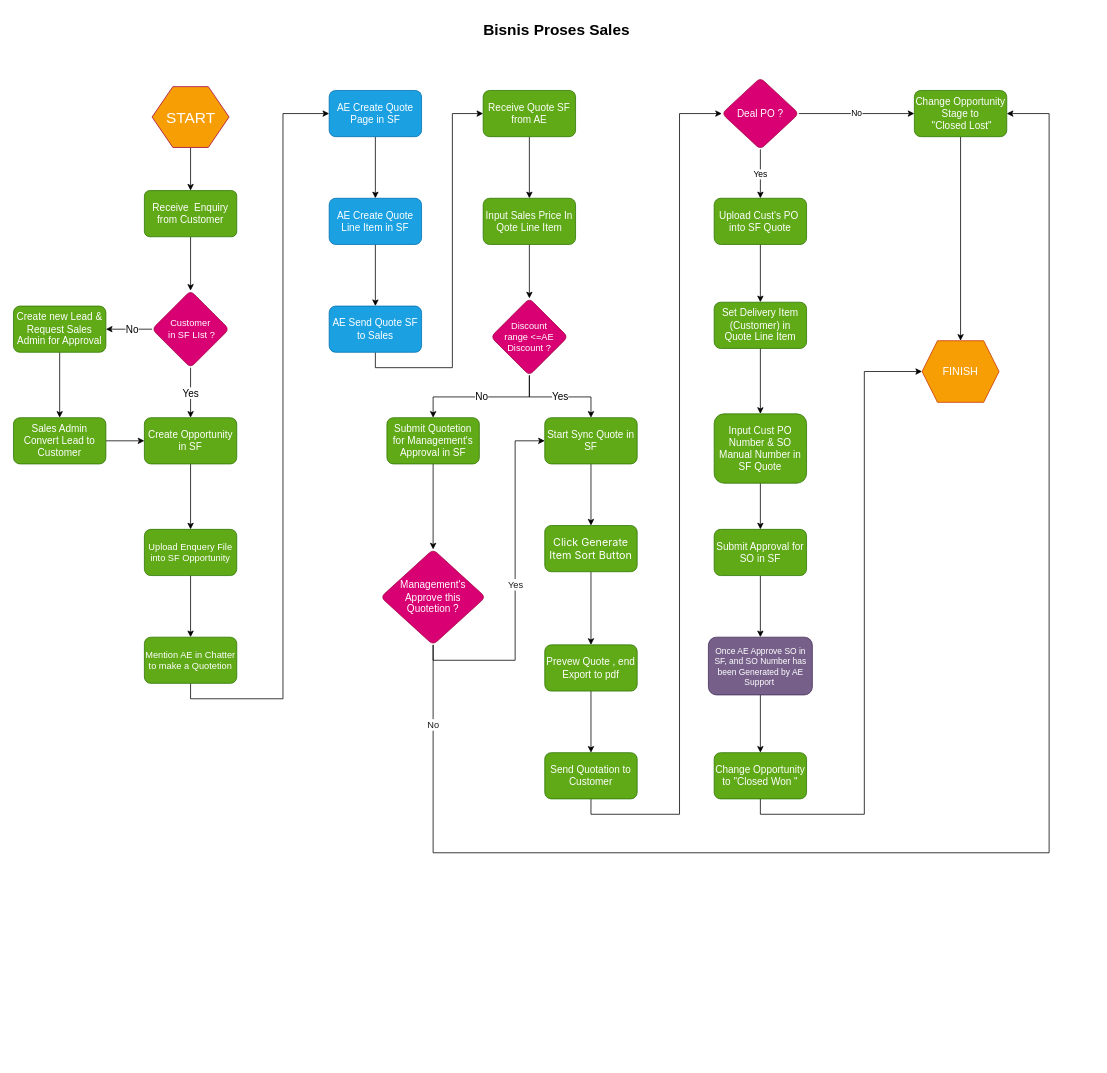
ngulik-bareng/SalesForce-Diagram keeps this draw.io diagram as diagram-flow-salesforce.drawio. Above is the earlier version. Source tidied: cells renumbered, new cells numbered last; positions are measured from the earlier drawing's top-left corner, leaving out a move shared by most shapes. Both pictures are drawn from the tidied source at 77%, with x=0, y=0 at pixel (13, 13).
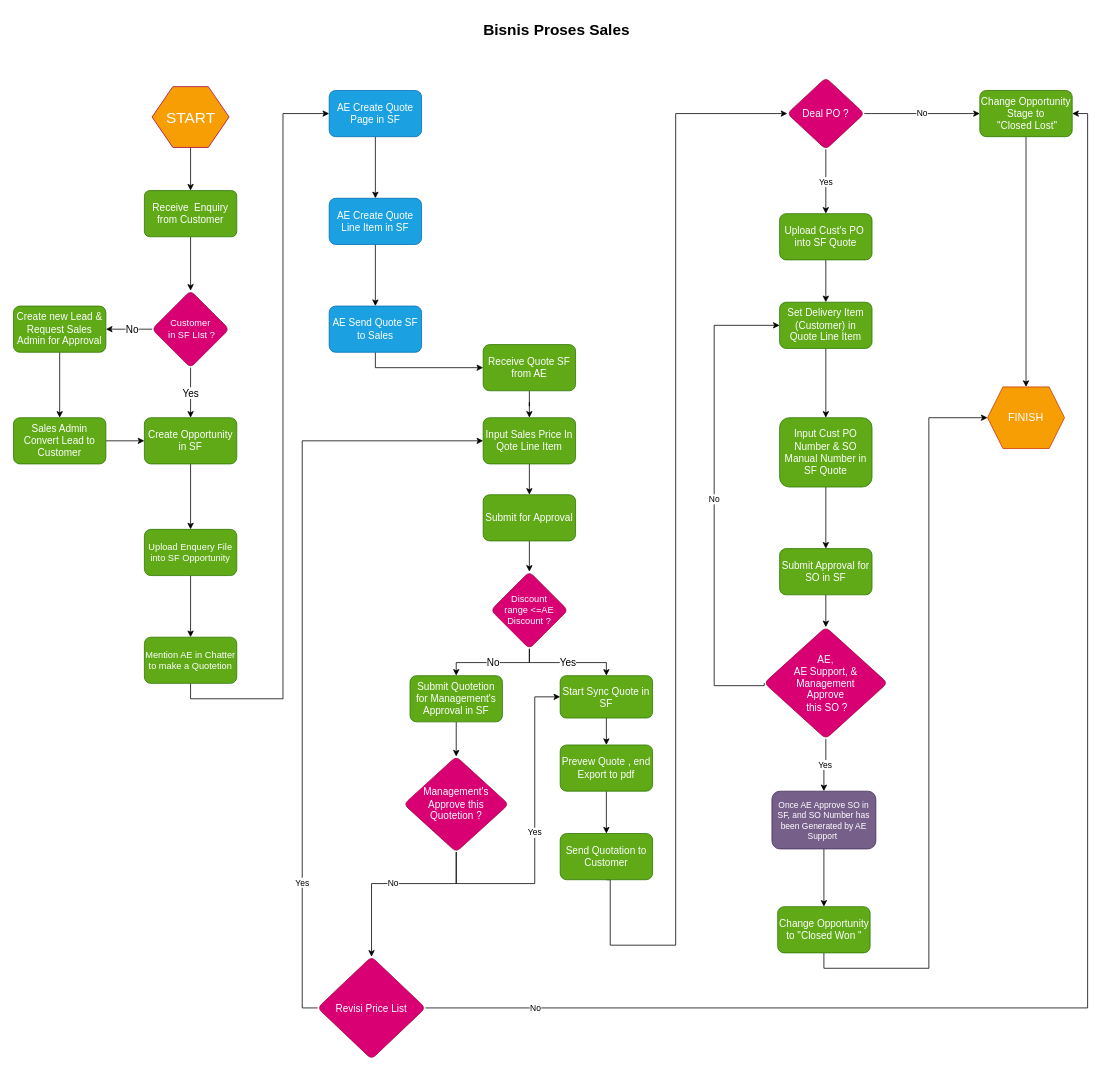
The same diagram, later.

Change to the diagram source:
```diff
@@
     <mxCell id="26" value="Receive Quote SF from AE" style="whiteSpace=wrap;html=1;fontSize=13;rounded=1;arcSize=14;strokeWidth=1;fillColor=#60a917;fontColor=#ffffff;strokeColor=#2D7600;" parent="1" vertex="1">
-      <mxGeometry x="610" y="100" width="120" height="60" as="geometry" />
+      <mxGeometry x="610" y="430" width="120" height="60" as="geometry" />
     </mxCell>
-    <mxCell id="27" style="edgeStyle=orthogonalEdgeStyle;rounded=0;jettySize=auto;html=1;fontSize=13;" parent="1" edge="1" source="28" target="31">
-      <mxGeometry relative="1" as="geometry" />
-    </mxCell>
+    <mxCell id="64" style="edgeStyle=orthogonalEdgeStyle;rounded=0;jettySize=auto;html=1;" parent="1" edge="1" source="28" target="69">
+      <mxGeometry relative="1" as="geometry" />
+    </mxCell>
     <mxCell id="28" value="Input Sales Price In Qote Line Item" style="whiteSpace=wrap;html=1;fontSize=13;rounded=1;arcSize=14;strokeWidth=1;fillColor=#60a917;fontColor=#ffffff;strokeColor=#2D7600;" parent="1" vertex="1">
-      <mxGeometry x="610" y="240" width="120" height="60" as="geometry" />
+      <mxGeometry x="610" y="525" width="120" height="60" as="geometry" />
     </mxCell>
@@
-    <mxCell id="31" value="Discount&lt;br&gt;range &amp;lt;=AE Discount ?" style="rhombus;whiteSpace=wrap;html=1;fontSize=12;rounded=1;arcSize=14;strokeWidth=1;fillColor=#d80073;fontColor=#ffffff;strokeColor=#A50040;" parent="1" vertex="1">
-      <mxGeometry x="620" y="370" width="100" height="100" as="geometry" />
-    </mxCell>
@@
     <mxCell id="33" value="Submit Quotetion for Management's Approval in SF" style="whiteSpace=wrap;html=1;fontSize=13;rounded=1;arcSize=14;strokeWidth=1;fillColor=#60a917;fontColor=#ffffff;strokeColor=#2D7600;" parent="1" vertex="1">
-      <mxGeometry x="485" y="525" width="120" height="60" as="geometry" />
+      <mxGeometry x="515" y="860" width="120" height="60" as="geometry" />
     </mxCell>
-    <mxCell id="34" style="edgeStyle=orthogonalEdgeStyle;rounded=0;jettySize=auto;html=1;" parent="1" edge="1" source="35" target="37">
-      <mxGeometry relative="1" as="geometry" />
-    </mxCell>
+    <mxCell id="65" style="edgeStyle=none;rounded=0;jettySize=auto;html=1;exitX=0.5;exitY=1;exitDx=0;exitDy=0;entryX=0.5;entryY=0;entryDx=0;entryDy=0;" parent="1" edge="1" source="35" target="55">
+      <mxGeometry relative="1" as="geometry" />
+    </mxCell>
     <mxCell id="35" value="Start Sync Quote in SF" style="whiteSpace=wrap;html=1;fontSize=13;rounded=1;arcSize=14;strokeWidth=1;fillColor=#60a917;fontColor=#ffffff;strokeColor=#2D7600;" parent="1" vertex="1">
-      <mxGeometry x="690" y="525" width="120" height="60" as="geometry" />
+      <mxGeometry x="710" y="860" width="120" height="55" as="geometry" />
     </mxCell>
-    <mxCell id="36" style="edgeStyle=orthogonalEdgeStyle;rounded=0;jettySize=auto;html=1;" parent="1" edge="1" source="37" target="55">
-      <mxGeometry relative="1" as="geometry" />
-    </mxCell>
-    <mxCell id="37" value="&lt;span style=&quot;font-family: -apple-system, BlinkMacSystemFont, &amp;quot;Segoe UI&amp;quot;, Roboto, Helvetica, Arial, sans-serif, &amp;quot;Apple Color Emoji&amp;quot;, &amp;quot;Segoe UI Emoji&amp;quot;, &amp;quot;Segoe UI Symbol&amp;quot;; font-size: 14px; text-align: start;&quot;&gt;Click Generate Item Sort Button&lt;/span&gt;" style="whiteSpace=wrap;html=1;fontSize=13;rounded=1;arcSize=14;strokeWidth=1;fillColor=#60a917;fontColor=#FFFFFF;strokeColor=#2D7600;" parent="1" vertex="1">
-      <mxGeometry x="690" y="665" width="120" height="60" as="geometry" />
-    </mxCell>
@@
     <mxCell id="40" value="Deal PO ?" style="rhombus;whiteSpace=wrap;html=1;fontSize=13;rounded=1;arcSize=14;strokeWidth=1;fillColor=#d80073;fontColor=#ffffff;strokeColor=#A50040;" parent="1" vertex="1">
-      <mxGeometry x="920" y="83.5" width="100" height="93" as="geometry" />
+      <mxGeometry x="1005" y="83.5" width="100" height="93" as="geometry" />
     </mxCell>
@@
     <mxCell id="42" value="Upload Cust's PO&amp;nbsp;&lt;br&gt;into SF Quote" style="whiteSpace=wrap;html=1;fontSize=13;rounded=1;arcSize=14;strokeWidth=1;fillColor=#60a917;fontColor=#ffffff;strokeColor=#2D7600;" parent="1" vertex="1">
-      <mxGeometry x="910" y="240" width="120" height="60" as="geometry" />
+      <mxGeometry x="995" y="260" width="120" height="60" as="geometry" />
     </mxCell>
@@
     <mxCell id="44" value="Input Cust PO Number &amp;amp; SO Manual Number in SF Quote" style="whiteSpace=wrap;html=1;fontSize=13;rounded=1;arcSize=14;strokeWidth=1;fillColor=#60a917;fontColor=#ffffff;strokeColor=#2D7600;" parent="1" vertex="1">
-      <mxGeometry x="910" y="520" width="120" height="90" as="geometry" />
+      <mxGeometry x="995" y="525" width="120" height="90" as="geometry" />
     </mxCell>
-    <mxCell id="45" style="edgeStyle=orthogonalEdgeStyle;rounded=0;jettySize=auto;html=1;elbow=vertical;" parent="1" edge="1" source="46" target="48">
-      <mxGeometry relative="1" as="geometry" />
-    </mxCell>
+    <mxCell id="66" style="edgeStyle=orthogonalEdgeStyle;rounded=0;jettySize=auto;html=1;exitX=0.5;exitY=1;exitDx=0;exitDy=0;" parent="1" edge="1" source="46" target="72">
+      <mxGeometry relative="1" as="geometry" />
+    </mxCell>
     <mxCell id="46" value="Submit Approval for SO in SF" style="whiteSpace=wrap;html=1;fontSize=13;rounded=1;arcSize=14;strokeWidth=1;fillColor=#60a917;fontColor=#ffffff;strokeColor=#2D7600;" parent="1" vertex="1">
-      <mxGeometry x="910" y="670" width="120" height="60" as="geometry" />
+      <mxGeometry x="995" y="695" width="120" height="60" as="geometry" />
     </mxCell>
@@
     <mxCell id="48" value="Once AE Approve SO in SF, and SO Number has been Generated by AE Support&amp;nbsp;" style="whiteSpace=wrap;html=1;fontSize=11;rounded=1;arcSize=14;strokeWidth=1;fillColor=#76608a;fontColor=#ffffff;strokeColor=#432D57;" parent="1" vertex="1">
-      <mxGeometry x="902.5" y="810" width="135" height="75" as="geometry" />
+      <mxGeometry x="985" y="1010" width="135" height="75" as="geometry" />
     </mxCell>
@@
     <mxCell id="50" value="Change Opportunity to &quot;Closed Won &quot;" style="whiteSpace=wrap;html=1;fontSize=13;rounded=1;arcSize=14;strokeWidth=1;fillColor=#60a917;fontColor=#ffffff;strokeColor=#2D7600;" parent="1" vertex="1">
-      <mxGeometry x="910" y="960" width="120" height="60" as="geometry" />
+      <mxGeometry x="992.5" y="1160" width="120" height="60" as="geometry" />
     </mxCell>
@@
     <mxCell id="52" value="Change Opportunity Stage to&lt;br&gt;&amp;nbsp;&quot;Closed Lost&quot;" style="whiteSpace=wrap;html=1;fontSize=13;rounded=1;arcSize=14;strokeWidth=1;fillColor=#60a917;fontColor=#ffffff;strokeColor=#2D7600;" parent="1" vertex="1">
-      <mxGeometry x="1170" y="100" width="120" height="60" as="geometry" />
+      <mxGeometry x="1255" y="100" width="120" height="60" as="geometry" />
     </mxCell>
     <mxCell id="53" value="FINISH" style="shape=hexagon;perimeter=hexagonPerimeter2;whiteSpace=wrap;html=1;fixedSize=1;fontSize=14;fillColor=#F79E05;fontColor=#FFFFFF;strokeColor=#C73500;" parent="1" vertex="1">
-      <mxGeometry x="1180" y="425" width="100" height="80" as="geometry" />
+      <mxGeometry x="1265" y="485" width="100" height="80" as="geometry" />
     </mxCell>
@@
     <mxCell id="55" value="Prevew Quote , end Export to pdf" style="whiteSpace=wrap;html=1;fontSize=13;rounded=1;arcSize=14;strokeWidth=1;align=center;fillColor=#60a917;fontColor=#ffffff;strokeColor=#2D7600;" parent="1" vertex="1">
-      <mxGeometry x="690" y="820" width="120" height="60" as="geometry" />
+      <mxGeometry x="710" y="950" width="120" height="60" as="geometry" />
     </mxCell>
-    <mxCell id="56" style="edgeStyle=orthogonalEdgeStyle;rounded=0;jettySize=auto;html=1;exitX=0.5;exitY=1;exitDx=0;exitDy=0;entryX=0;entryY=0.5;entryDx=0;entryDy=0;fontSize=13;" parent="1" edge="1" source="57" target="40">
-      <mxGeometry relative="1" as="geometry" />
+    <mxCell id="56" style="edgeStyle=orthogonalEdgeStyle;rounded=0;jettySize=auto;html=1;exitX=0.5;exitY=1;exitDx=0;exitDy=0;entryX=0;entryY=0.5;entryDx=0;entryDy=0;" parent="1" edge="1" source="57" target="40">
+      <mxGeometry relative="1" as="geometry">
+        <Array as="points">
+          <mxPoint x="775" y="1210" />
+          <mxPoint x="860" y="1210" />
+          <mxPoint x="860" y="130" />
+        </Array>
+      </mxGeometry>
     </mxCell>
     <mxCell id="57" value="Send Quotation to Customer" style="rounded=1;whiteSpace=wrap;html=1;fontSize=13;arcSize=14;strokeWidth=1;fillColor=#60a917;fontColor=#ffffff;strokeColor=#2D7600;" parent="1" vertex="1">
-      <mxGeometry x="690" y="960" width="120" height="60" as="geometry" />
+      <mxGeometry x="710" y="1065" width="120" height="60" as="geometry" />
     </mxCell>
+    <mxCell id="67" value="No" style="edgeStyle=orthogonalEdgeStyle;rounded=0;jettySize=auto;html=1;" parent="1" edge="1" source="60" target="75">
+      <mxGeometry relative="1" as="geometry">
+        <Array as="points">
+          <mxPoint x="575" y="1130" />
+          <mxPoint x="465" y="1130" />
+        </Array>
+      </mxGeometry>
+    </mxCell>
-    <mxCell id="58" value="Yes" style="edgeStyle=orthogonalEdgeStyle;rounded=0;jettySize=auto;html=1;exitX=0.5;exitY=1;exitDx=0;exitDy=0;entryX=0;entryY=0.5;entryDx=0;entryDy=0;fontFamily=Helvetica;fontSize=12;fontColor=#1A1A1A;" parent="1" edge="1" source="60" target="35">
-      <mxGeometry relative="1" as="geometry" />
+    <mxCell id="58" value="Yes" style="edgeStyle=orthogonalEdgeStyle;rounded=0;jettySize=auto;html=1;exitX=0.5;exitY=1;exitDx=0;exitDy=0;entryX=0;entryY=0.5;entryDx=0;entryDy=0;" parent="1" edge="1" source="60" target="35">
+      <mxGeometry relative="1" as="geometry">
+        <Array as="points">
+          <mxPoint x="575" y="1130" />
+          <mxPoint x="677" y="1130" />
+          <mxPoint x="677" y="888" />
+        </Array>
+      </mxGeometry>
     </mxCell>
-    <mxCell id="59" value="No" style="edgeStyle=orthogonalEdgeStyle;rounded=0;jettySize=auto;html=1;exitX=0.5;exitY=1;exitDx=0;exitDy=0;entryX=1;entryY=0.5;entryDx=0;entryDy=0;fontFamily=Helvetica;fontSize=12;fontColor=#1A1A1A;" parent="1" edge="1" source="60" target="52">
-      <mxGeometry x="-0.9" relative="1" as="geometry">
-        <Array as="points">
-          <mxPoint x="545" y="1090" />
-          <mxPoint x="1345" y="1090" />
-          <mxPoint x="1345" y="130" />
-        </Array>
-      </mxGeometry>
-    </mxCell>
     <mxCell id="60" value="Management's&lt;br&gt;Approve this &lt;br&gt;Quotetion ?" style="rhombus;whiteSpace=wrap;html=1;fontSize=13;fillColor=#d80073;strokeColor=#A50040;fontColor=#ffffff;rounded=1;arcSize=14;strokeWidth=1;" parent="1" vertex="1">
-      <mxGeometry x="477" y="696" width="136" height="124" as="geometry" />
+      <mxGeometry x="507" y="965" width="136" height="124" as="geometry" />
     </mxCell>
@@
     <mxCell id="62" value="Set Delivery Item (Customer) in&lt;br&gt;Quote Line Item" style="whiteSpace=wrap;html=1;fontSize=13;fillColor=#60a917;strokeColor=#2D7600;fontColor=#ffffff;rounded=1;arcSize=14;strokeWidth=1;" parent="1" vertex="1">
-      <mxGeometry x="910" y="375" width="120" height="60" as="geometry" />
+      <mxGeometry x="995" y="375" width="120" height="60" as="geometry" />
     </mxCell>
@@
+    <mxCell id="68" style="edgeStyle=orthogonalEdgeStyle;rounded=0;jettySize=auto;html=1;exitX=0.5;exitY=1;exitDx=0;exitDy=0;" parent="1" edge="1" source="69" target="31">
+      <mxGeometry relative="1" as="geometry" />
+    </mxCell>
+    <mxCell id="69" value="Submit for Approval" style="whiteSpace=wrap;html=1;fontSize=13;fillColor=#60a917;strokeColor=#2D7600;fontColor=#ffffff;rounded=1;arcSize=14;strokeWidth=1;" parent="1" vertex="1">
+      <mxGeometry x="610" y="625" width="120" height="60" as="geometry" />
+    </mxCell>
+    <mxCell id="31" value="Discount&lt;br&gt;range &amp;lt;=AE Discount ?" style="rhombus;whiteSpace=wrap;html=1;fontSize=12;rounded=1;arcSize=14;strokeWidth=1;fillColor=#d80073;fontColor=#ffffff;strokeColor=#A50040;" parent="1" vertex="1">
+      <mxGeometry x="620" y="725" width="100" height="100" as="geometry" />
+    </mxCell>
+    <mxCell id="70" value="No" style="edgeStyle=orthogonalEdgeStyle;rounded=0;jettySize=auto;html=1;exitX=0;exitY=0.5;exitDx=0;exitDy=0;entryX=0;entryY=0.5;entryDx=0;entryDy=0;" parent="1" edge="1" source="72" target="62">
+      <mxGeometry relative="1" as="geometry">
+        <Array as="points">
+          <mxPoint x="975" y="873" />
+          <mxPoint x="910" y="873" />
+          <mxPoint x="910" y="405" />
+        </Array>
+      </mxGeometry>
+    </mxCell>
+    <mxCell id="71" value="Yes" style="edgeStyle=orthogonalEdgeStyle;rounded=0;jettySize=auto;html=1;exitX=0.5;exitY=1;exitDx=0;exitDy=0;" parent="1" edge="1" source="72" target="48">
+      <mxGeometry relative="1" as="geometry" />
+    </mxCell>
+    <mxCell id="72" value="AE, &lt;br&gt;AE Support, &amp;amp;&lt;br&gt;Management &lt;br&gt;Approve&lt;br&gt;&amp;nbsp;this SO ?" style="rhombus;whiteSpace=wrap;html=1;fontSize=13;fillColor=#d80073;strokeColor=#A50040;fontColor=#ffffff;rounded=1;arcSize=14;strokeWidth=1;" parent="1" vertex="1">
+      <mxGeometry x="975" y="797" width="160" height="145" as="geometry" />
+    </mxCell>
+    <mxCell id="73" value="Yes" style="edgeStyle=orthogonalEdgeStyle;rounded=0;jettySize=auto;html=1;exitX=0;exitY=0.5;exitDx=0;exitDy=0;entryX=0;entryY=0.5;entryDx=0;entryDy=0;" parent="1" edge="1" source="75" target="28">
+      <mxGeometry x="-0.63" relative="1" as="geometry" />
+    </mxCell>
+    <mxCell id="74" value="No" style="edgeStyle=orthogonalEdgeStyle;rounded=0;jettySize=auto;html=1;exitX=1;exitY=0.5;exitDx=0;exitDy=0;entryX=1;entryY=0.5;entryDx=0;entryDy=0;" parent="1" edge="1" source="75" target="52">
+      <mxGeometry x="-0.86" relative="1" as="geometry" />
+    </mxCell>
+    <mxCell id="75" value="Revisi Price List" style="rhombus;whiteSpace=wrap;html=1;fontSize=13;fillColor=#d80073;strokeColor=#A50040;fontColor=#ffffff;rounded=1;arcSize=14;strokeWidth=1;" parent="1" vertex="1">
+      <mxGeometry x="395" y="1225" width="140" height="133" as="geometry" />
+    </mxCell>
```
